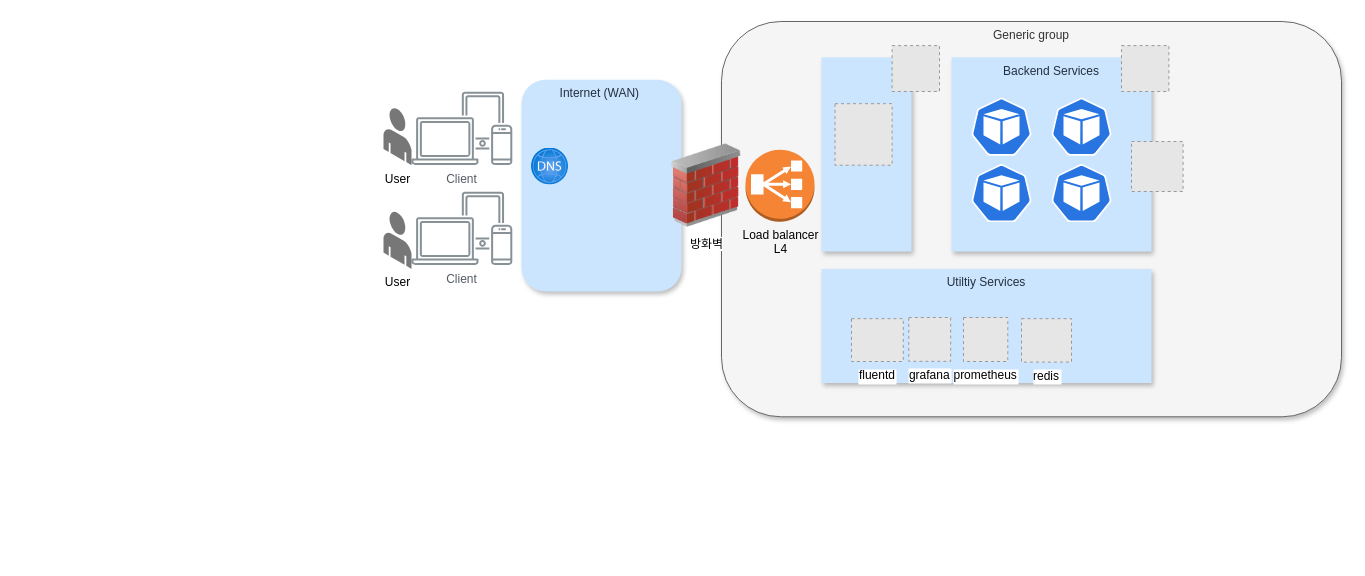
Before: page "페이지-2" (1 of 2) of Untitled Diagram.drawio in inspire12/inspire12-asset-drawio, a draw.io diagram. Source tidied: cells renumbered, new cells numbered last; positions are measured from the earlier drawing's top-left corner, leaving out a move shared by most shapes. Both pictures are drawn from the tidied source at 100%, with x=0, y=0 at pixel (383, 21). Pictures stored in the file or linked from it are replaced by grey dashed boxes.
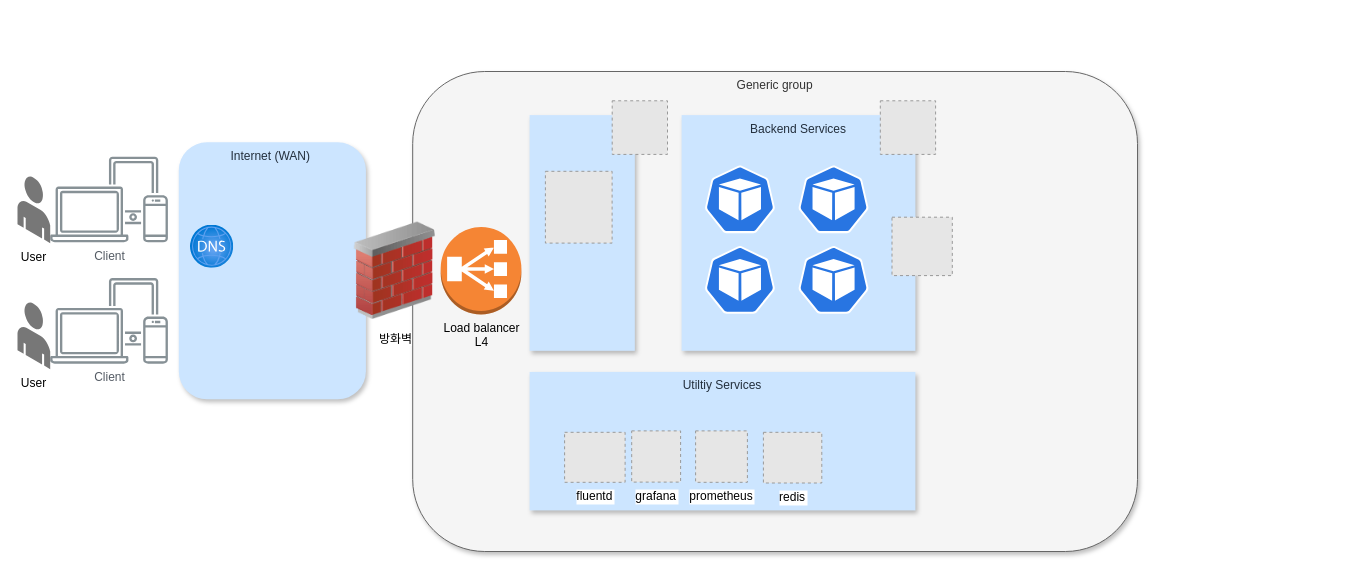
The same page after the edit.

Diff of the diagram source:
```diff
@@
+    <mxCell id="26" style="group;" parent="1" vertex="1">
+      <mxGeometry x="-366" y="50" width="1120" height="480" as="geometry" />
+    </mxCell>
-    <mxCell id="2" value="Client" style="gradientColor=none;fontColor=#545B64;strokeColor=none;fillColor=#879196;dashed=0;verticalLabelPosition=bottom;verticalAlign=top;align=center;html=1;fontSize=12;fontStyle=0;shape=mxgraph.aws4.illustration_devices;" parent="1" vertex="1">
-      <mxGeometry x="28" y="70" width="100.8" height="73.7" as="geometry" />
+    <mxCell id="2" value="Client" style="gradientColor=none;fontColor=#545B64;strokeColor=none;fillColor=#879196;dashed=0;verticalLabelPosition=bottom;verticalAlign=top;align=center;html=1;fontSize=12;fontStyle=0;shape=mxgraph.aws4.illustration_devices;" parent="26" vertex="1">
+      <mxGeometry x="32.7" y="85" width="117.7" height="86" as="geometry" />
     </mxCell>
-    <mxCell id="3" value="Client" style="gradientColor=none;fontColor=#545B64;strokeColor=none;fillColor=#879196;dashed=0;verticalLabelPosition=bottom;verticalAlign=top;align=center;html=1;fontSize=12;fontStyle=0;shape=mxgraph.aws4.illustration_devices;" parent="1" vertex="1">
-      <mxGeometry x="28" y="170" width="100.8" height="73.7" as="geometry" />
+    <mxCell id="3" value="Client" style="gradientColor=none;fontColor=#545B64;strokeColor=none;fillColor=#879196;dashed=0;verticalLabelPosition=bottom;verticalAlign=top;align=center;html=1;fontSize=12;fontStyle=0;shape=mxgraph.aws4.illustration_devices;" parent="26" vertex="1">
+      <mxGeometry x="32.7" y="206.4" width="117.7" height="86" as="geometry" />
     </mxCell>
-    <mxCell id="4" value="Internet (WAN) " style="fillColor=#CCE5FF;strokeColor=none;dashed=0;verticalAlign=top;fontStyle=0;fontColor=#232F3D;shadow=1;rounded=1;" parent="1" vertex="1">
-      <mxGeometry x="138" y="58.3" width="160" height="211.7" as="geometry" />
+    <mxCell id="4" value="Internet (WAN) " style="fillColor=#CCE5FF;strokeColor=none;dashed=0;verticalAlign=top;fontStyle=0;fontColor=#232F3D;shadow=1;rounded=1;" parent="26" vertex="1">
+      <mxGeometry x="161.3" y="70.8" width="187.1" height="257" as="geometry" />
     </mxCell>
-    <mxCell id="5" value="Generic group" style="fillColor=#f5f5f5;strokeColor=#666666;dashed=0;verticalAlign=top;fontStyle=0;fontColor=#333333;shadow=1;rounded=1;glass=0;sketch=0;" parent="1" vertex="1">
-      <mxGeometry x="338" width="620" height="395.3" as="geometry" />
+    <mxCell id="5" value="Generic group" style="fillColor=#f5f5f5;strokeColor=#666666;dashed=0;verticalAlign=top;fontStyle=0;fontColor=#333333;shadow=1;rounded=1;glass=0;sketch=0;" parent="26" vertex="1">
+      <mxGeometry x="395.2" width="724.8" height="480" as="geometry" />
     </mxCell>
-    <mxCell id="6" value="방화벽" style="image;html=1;image=img/lib/clip_art/networking/Firewall_02_128x128.png;" parent="1" vertex="1">
-      <mxGeometry x="288" y="119.2" width="70" height="90" as="geometry" />
+    <mxCell id="6" value="방화벽" style="image;html=1;image=img/lib/clip_art/networking/Firewall_02_128x128.png;" parent="26" vertex="1">
+      <mxGeometry x="336.7" y="144.7" width="81.8" height="109.3" as="geometry" />
     </mxCell>
-    <mxCell id="7" value="Load balancer&lt;br&gt;L4" style="dashed=0;verticalLabelPosition=bottom;verticalAlign=top;align=center;html=1;shape=mxgraph.aws3.classic_load_balancer;fillColor=#F58534;gradientColor=none;" parent="1" vertex="1">
-      <mxGeometry x="362" y="128.2" width="69" height="72" as="geometry" />
+    <mxCell id="7" value="Load balancer&lt;br&gt;L4" style="dashed=0;verticalLabelPosition=bottom;verticalAlign=top;align=center;html=1;shape=mxgraph.aws3.classic_load_balancer;fillColor=#F58534;gradientColor=none;" parent="26" vertex="1">
+      <mxGeometry x="423.2" y="155.6" width="80.7" height="87.4" as="geometry" />
     </mxCell>
-    <mxCell id="8" value="User" style="verticalLabelPosition=bottom;html=1;verticalAlign=top;strokeWidth=1;align=center;dashed=0;shape=mxgraph.aws3d.end_user;strokeColor=none;fillColor=#777777;" parent="1" vertex="1">
-      <mxGeometry y="190" width="28" height="57.4" as="geometry" />
+    <mxCell id="8" value="User" style="verticalLabelPosition=bottom;html=1;verticalAlign=top;strokeWidth=1;align=center;dashed=0;shape=mxgraph.aws3d.end_user;strokeColor=none;fillColor=#777777;" parent="26" vertex="1">
+      <mxGeometry y="230.7" width="32.7" height="67" as="geometry" />
     </mxCell>
-    <mxCell id="9" value="User" style="verticalLabelPosition=bottom;html=1;verticalAlign=top;strokeWidth=1;align=center;dashed=0;shape=mxgraph.aws3d.end_user;strokeColor=none;fillColor=#777777;" parent="1" vertex="1">
-      <mxGeometry y="86.3" width="28" height="57.4" as="geometry" />
+    <mxCell id="9" value="User" style="verticalLabelPosition=bottom;html=1;verticalAlign=top;strokeWidth=1;align=center;dashed=0;shape=mxgraph.aws3d.end_user;strokeColor=none;fillColor=#777777;" parent="26" vertex="1">
+      <mxGeometry y="104.7" width="32.7" height="67" as="geometry" />
     </mxCell>
-    <mxCell id="10" style="fillColor=#CCE5FF;strokeColor=none;dashed=0;verticalAlign=top;fontStyle=0;fontColor=#232F3D;shadow=1;rounded=0;glass=0;sketch=0;" parent="1" vertex="1">
-      <mxGeometry x="438" y="35.9" width="90" height="194.1" as="geometry" />
+    <mxCell id="10" style="fillColor=#CCE5FF;strokeColor=none;dashed=0;verticalAlign=top;fontStyle=0;fontColor=#232F3D;shadow=1;rounded=0;glass=0;sketch=0;" parent="26" vertex="1">
+      <mxGeometry x="512.1" y="43.6" width="105.2" height="235.7" as="geometry" />
     </mxCell>
-    <mxCell id="11" style="fillColor=#E6E6E6;strokeColor=#999999;dashed=1;verticalLabelPosition=bottom;labelBackgroundColor=default;verticalAlign=top;" parent="1" vertex="1">
-      <mxGeometry x="508.6" y="24.1" width="47.4" height="45.9" as="geometry" />
+    <mxCell id="11" style="fillColor=#E6E6E6;strokeColor=#999999;dashed=1;verticalLabelPosition=bottom;labelBackgroundColor=default;verticalAlign=top;" parent="26" vertex="1">
+      <mxGeometry x="594.7" y="29.3" width="55.3" height="53.6" as="geometry" />
     </mxCell>
-    <mxCell id="12" style="html=1;align=center;image;fontSize=12;image=img/lib/azure2/networking/DNS_Zones.svg;" parent="1" vertex="1">
-      <mxGeometry x="148" y="126.5" width="37" height="37" as="geometry" />
+    <mxCell id="12" style="html=1;align=center;image;fontSize=12;image=img/lib/azure2/networking/DNS_Zones.svg;" parent="26" vertex="1">
+      <mxGeometry x="173" y="153.6" width="43.2" height="43.2" as="geometry" />
     </mxCell>
-    <mxCell id="13" value="Backend Services" style="fillColor=#CCE5FF;strokeColor=none;dashed=0;verticalAlign=top;fontStyle=0;fontColor=#232F3D;shadow=1;rounded=0;glass=0;sketch=0;" parent="1" vertex="1">
-      <mxGeometry x="568" y="35.9" width="200" height="194.1" as="geometry" />
+    <mxCell id="13" value="Backend Services" style="fillColor=#CCE5FF;strokeColor=none;dashed=0;verticalAlign=top;fontStyle=0;fontColor=#232F3D;shadow=1;rounded=0;glass=0;sketch=0;" parent="26" vertex="1">
+      <mxGeometry x="664.1" y="43.6" width="233.8" height="235.7" as="geometry" />
     </mxCell>
-    <mxCell id="14" style="fillColor=#E6E6E6;strokeColor=#999999;dashed=1;verticalLabelPosition=bottom;labelBackgroundColor=default;verticalAlign=top;" parent="1" vertex="1">
-      <mxGeometry x="738" y="24.1" width="47.4" height="45.9" as="geometry" />
+    <mxCell id="14" style="fillColor=#E6E6E6;strokeColor=#999999;dashed=1;verticalLabelPosition=bottom;labelBackgroundColor=default;verticalAlign=top;" parent="26" vertex="1">
+      <mxGeometry x="862.8" y="29.3" width="55.3" height="53.6" as="geometry" />
     </mxCell>
-    <mxCell id="15" style="sketch=0;html=1;dashed=0;whitespace=wrap;fillColor=#2875E2;strokeColor=#ffffff;shape=mxgraph.kubernetes.icon;prIcon=pod;rounded=1;glass=0;" parent="1" vertex="1">
-      <mxGeometry x="588" y="70" width="60" height="70.5" as="geometry" />
+    <mxCell id="15" style="sketch=0;html=1;dashed=0;whitespace=wrap;fillColor=#2875E2;strokeColor=#ffffff;shape=mxgraph.kubernetes.icon;prIcon=pod;rounded=1;glass=0;" parent="26" vertex="1">
+      <mxGeometry x="687.4" y="85" width="70.1" height="85.6" as="geometry" />
     </mxCell>
-    <mxCell id="16" style="sketch=0;html=1;dashed=0;whitespace=wrap;fillColor=#2875E2;strokeColor=#ffffff;shape=mxgraph.kubernetes.icon;prIcon=pod;rounded=1;glass=0;" parent="1" vertex="1">
-      <mxGeometry x="588" y="136.4" width="60" height="70.5" as="geometry" />
+    <mxCell id="16" style="sketch=0;html=1;dashed=0;whitespace=wrap;fillColor=#2875E2;strokeColor=#ffffff;shape=mxgraph.kubernetes.icon;prIcon=pod;rounded=1;glass=0;" parent="26" vertex="1">
+      <mxGeometry x="687.4" y="165.6" width="70.1" height="85.6" as="geometry" />
     </mxCell>
-    <mxCell id="17" style="sketch=0;html=1;dashed=0;whitespace=wrap;fillColor=#2875E2;strokeColor=#ffffff;shape=mxgraph.kubernetes.icon;prIcon=pod;rounded=1;glass=0;" parent="1" vertex="1">
-      <mxGeometry x="668" y="136.4" width="60" height="70.5" as="geometry" />
+    <mxCell id="17" style="sketch=0;html=1;dashed=0;whitespace=wrap;fillColor=#2875E2;strokeColor=#ffffff;shape=mxgraph.kubernetes.icon;prIcon=pod;rounded=1;glass=0;" parent="26" vertex="1">
+      <mxGeometry x="781" y="165.6" width="70.1" height="85.6" as="geometry" />
     </mxCell>
-    <mxCell id="18" style="sketch=0;html=1;dashed=0;whitespace=wrap;fillColor=#2875E2;strokeColor=#ffffff;shape=mxgraph.kubernetes.icon;prIcon=pod;rounded=1;glass=0;" parent="1" vertex="1">
-      <mxGeometry x="668" y="70" width="60" height="70.5" as="geometry" />
+    <mxCell id="18" style="sketch=0;html=1;dashed=0;whitespace=wrap;fillColor=#2875E2;strokeColor=#ffffff;shape=mxgraph.kubernetes.icon;prIcon=pod;rounded=1;glass=0;" parent="26" vertex="1">
+      <mxGeometry x="781" y="85" width="70.1" height="85.6" as="geometry" />
     </mxCell>
-    <mxCell id="19" style="fillColor=#E6E6E6;strokeColor=#999999;dashed=1;verticalLabelPosition=bottom;labelBackgroundColor=default;verticalAlign=top;" parent="1" vertex="1">
-      <mxGeometry x="748" y="120" width="51.6" height="50" as="geometry" />
+    <mxCell id="19" style="fillColor=#E6E6E6;strokeColor=#999999;dashed=1;verticalLabelPosition=bottom;labelBackgroundColor=default;verticalAlign=top;" parent="26" vertex="1">
+      <mxGeometry x="874.5" y="145.7" width="60.3" height="58.4" as="geometry" />
     </mxCell>
-    <mxCell id="20" value="Utiltiy Services" style="fillColor=#CCE5FF;strokeColor=none;dashed=0;verticalAlign=top;fontStyle=0;fontColor=#232F3D;shadow=1;rounded=0;glass=0;sketch=0;" parent="1" vertex="1">
-      <mxGeometry x="438" y="247.4" width="330" height="114.1" as="geometry" />
+    <mxCell id="20" value="Utiltiy Services" style="fillColor=#CCE5FF;strokeColor=none;dashed=0;verticalAlign=top;fontStyle=0;fontColor=#232F3D;shadow=1;rounded=0;glass=0;sketch=0;" parent="26" vertex="1">
+      <mxGeometry x="512.1" y="300.4" width="385.8" height="138.5" as="geometry" />
     </mxCell>
-    <mxCell id="21" value="prometheus" style="fillColor=#E6E6E6;strokeColor=#999999;dashed=1;verticalLabelPosition=bottom;labelBackgroundColor=default;verticalAlign=top;" parent="1" vertex="1">
-      <mxGeometry x="580" y="296" width="44.3" height="44" as="geometry" />
+    <mxCell id="21" value="prometheus" style="fillColor=#E6E6E6;strokeColor=#999999;dashed=1;verticalLabelPosition=bottom;labelBackgroundColor=default;verticalAlign=top;" parent="26" vertex="1">
+      <mxGeometry x="678.1" y="359.4" width="51.8" height="51.4" as="geometry" />
     </mxCell>
-    <mxCell id="22" value="grafana" style="fillColor=#E6E6E6;strokeColor=#999999;dashed=1;verticalLabelPosition=bottom;labelBackgroundColor=default;verticalAlign=top;" parent="1" vertex="1">
-      <mxGeometry x="525.3" y="296" width="41.9" height="43.8" as="geometry" />
+    <mxCell id="22" value="grafana" style="fillColor=#E6E6E6;strokeColor=#999999;dashed=1;verticalLabelPosition=bottom;labelBackgroundColor=default;verticalAlign=top;" parent="26" vertex="1">
+      <mxGeometry x="614.2" y="359.4" width="48.9" height="51.2" as="geometry" />
     </mxCell>
-    <mxCell id="23" value="redis" style="fillColor=#E6E6E6;strokeColor=#999999;dashed=1;verticalLabelPosition=bottom;labelBackgroundColor=default;verticalAlign=top;" parent="1" vertex="1">
-      <mxGeometry x="638" y="297.2" width="50" height="43.4" as="geometry" />
+    <mxCell id="23" value="redis" style="fillColor=#E6E6E6;strokeColor=#999999;dashed=1;verticalLabelPosition=bottom;labelBackgroundColor=default;verticalAlign=top;" parent="26" vertex="1">
+      <mxGeometry x="745.9" y="360.8" width="58.4" height="50.7" as="geometry" />
     </mxCell>
-    <mxCell id="24" style="fillColor=#E6E6E6;strokeColor=#999999;dashed=1;verticalLabelPosition=bottom;labelBackgroundColor=default;verticalAlign=top;" parent="1" vertex="1">
-      <mxGeometry x="451.5" y="82.2" width="57.1" height="61.5" as="geometry" />
+    <mxCell id="24" style="fillColor=#E6E6E6;strokeColor=#999999;dashed=1;verticalLabelPosition=bottom;labelBackgroundColor=default;verticalAlign=top;" parent="26" vertex="1">
+      <mxGeometry x="527.9" y="99.8" width="66.7" height="71.8" as="geometry" />
     </mxCell>
-    <mxCell id="25" value="fluentd" style="fillColor=#E6E6E6;strokeColor=#999999;dashed=1;verticalLabelPosition=bottom;labelBackgroundColor=default;verticalAlign=top;" parent="1" vertex="1">
-      <mxGeometry x="468" y="297.2" width="51.8" height="42.8" as="geometry" />
+    <mxCell id="25" value="fluentd" style="fillColor=#E6E6E6;strokeColor=#999999;dashed=1;verticalLabelPosition=bottom;labelBackgroundColor=default;verticalAlign=top;" parent="26" vertex="1">
+      <mxGeometry x="547.1" y="360.8" width="60.5" height="50" as="geometry" />
     </mxCell>
```
